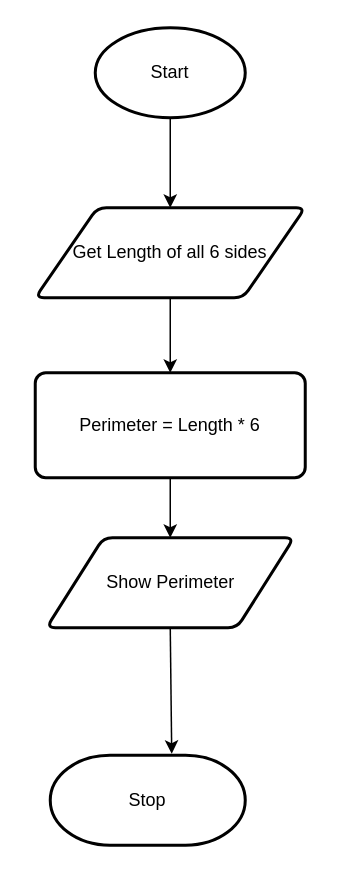
Above: flowchart.drawio in Ethan-Prieur1/ICS3U-Assignment2 (draw.io), before the change. Source tidied: cells renumbered, new cells numbered last; positions are measured from the earlier drawing's top-left corner, leaving out a move shared by most shapes. Both pictures are drawn from the tidied source at 150%, with x=0, y=0 at pixel (34, 27).
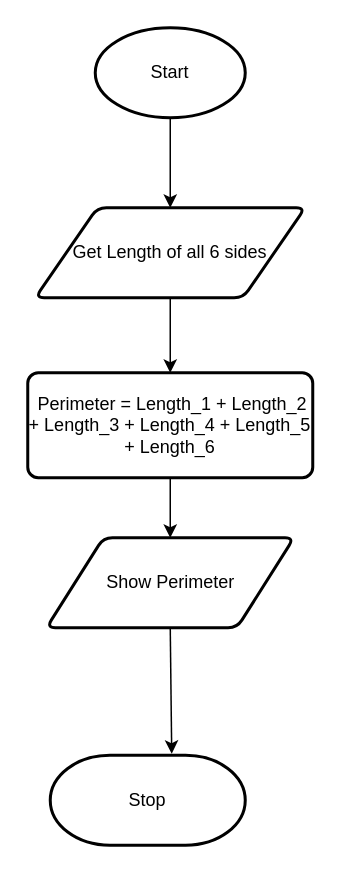
The same page after the edit.

What changed in the source:
```diff
@@
 <mxGraphModel>
   <root>
     <mxCell id="0" />
     <mxCell id="1" parent="0" />
     <mxCell id="2" style="edgeStyle=none;html=1;exitX=0.5;exitY=1;exitDx=0;exitDy=0;exitPerimeter=0;entryX=0.5;entryY=0;entryDx=0;entryDy=0;" parent="1" edge="1" source="3" target="5">
       <mxGeometry relative="1" as="geometry" />
     </mxCell>
     <mxCell id="3" value="Start" style="strokeWidth=2;html=1;shape=mxgraph.flowchart.start_1;whiteSpace=wrap;" parent="1" vertex="1">
       <mxGeometry x="40" width="100" height="60" as="geometry" />
     </mxCell>
     <mxCell id="4" style="edgeStyle=none;html=1;exitX=0.5;exitY=1;exitDx=0;exitDy=0;entryX=0.5;entryY=0;entryDx=0;entryDy=0;" parent="1" edge="1" source="5" target="7">
       <mxGeometry relative="1" as="geometry" />
     </mxCell>
     <mxCell id="5" value="Get Length of all 6 sides" style="shape=parallelogram;html=1;strokeWidth=2;perimeter=parallelogramPerimeter;whiteSpace=wrap;rounded=1;arcSize=12;size=0.23;" parent="1" vertex="1">
       <mxGeometry y="120" width="180" height="60" as="geometry" />
     </mxCell>
     <mxCell id="6" style="edgeStyle=none;html=1;exitX=0.5;exitY=1;exitDx=0;exitDy=0;entryX=0.5;entryY=0;entryDx=0;entryDy=0;" parent="1" edge="1" source="7" target="9">
       <mxGeometry relative="1" as="geometry" />
     </mxCell>
-    <mxCell id="7" value="Perimeter = Length * 6" style="rounded=1;whiteSpace=wrap;html=1;absoluteArcSize=1;arcSize=14;strokeWidth=2;" parent="1" vertex="1">
-      <mxGeometry y="230" width="180" height="70" as="geometry" />
+    <mxCell id="7" value="&lt;span&gt;&amp;nbsp;Perimeter = Length_1 + Length_2 + Length_3 + Length_4 + Length_5 + Length_6&lt;/span&gt;" style="rounded=1;whiteSpace=wrap;html=1;absoluteArcSize=1;arcSize=14;strokeWidth=2;" parent="1" vertex="1">
+      <mxGeometry x="-5" y="230" width="190" height="70" as="geometry" />
     </mxCell>
     <mxCell id="8" style="edgeStyle=none;html=1;exitX=0.5;exitY=1;exitDx=0;exitDy=0;entryX=0.623;entryY=-0.017;entryDx=0;entryDy=0;entryPerimeter=0;" parent="1" edge="1" source="9" target="10">
       <mxGeometry relative="1" as="geometry" />
     </mxCell>
     <mxCell id="9" value="Show Perimeter" style="shape=parallelogram;html=1;strokeWidth=2;perimeter=parallelogramPerimeter;whiteSpace=wrap;rounded=1;arcSize=12;size=0.23;" parent="1" vertex="1">
       <mxGeometry x="7.5" y="340" width="165" height="60" as="geometry" />
     </mxCell>
     <mxCell id="10" value="Stop" style="strokeWidth=2;html=1;shape=mxgraph.flowchart.terminator;whiteSpace=wrap;" parent="1" vertex="1">
       <mxGeometry x="10" y="485" width="130" height="60" as="geometry" />
     </mxCell>
   </root>
 </mxGraphModel>
```
